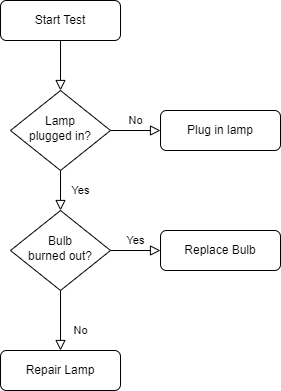
Before: CANBusTester.drawio.png, a diagram exported from draw.io (thomasbalzer/CANBusTester). Source tidied: cells renumbered, new cells last; positions are measured from the earlier drawing's top-left corner, leaving out a move shared by most shapes.
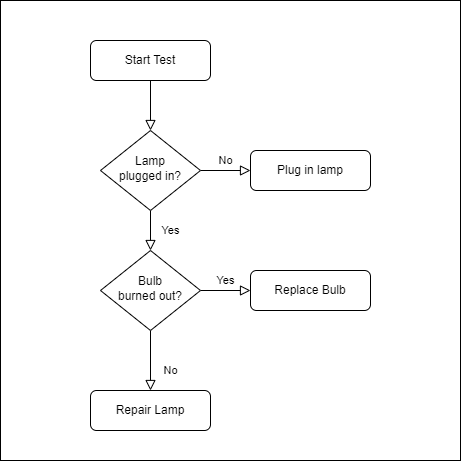
Later version of the same file.

The edit, as a diff of the source:
```diff
@@ -2,6 +2,9 @@
   <root>
     <mxCell id="0" />
     <mxCell id="1" parent="0" />
+    <mxCell id="13" style="whiteSpace=wrap;html=1;" parent="1" vertex="1">
+      <mxGeometry x="-90" y="-40" width="460" height="460" as="geometry" />
+    </mxCell>
     <mxCell id="2" style="rounded=0;html=1;jettySize=auto;fontSize=11;endArrow=block;endFill=0;endSize=8;strokeWidth=1;shadow=0;labelBackgroundColor=none;edgeStyle=orthogonalEdgeStyle;" parent="1" edge="1" source="3" target="6">
       <mxGeometry relative="1" as="geometry" />
     </mxCell>
```
